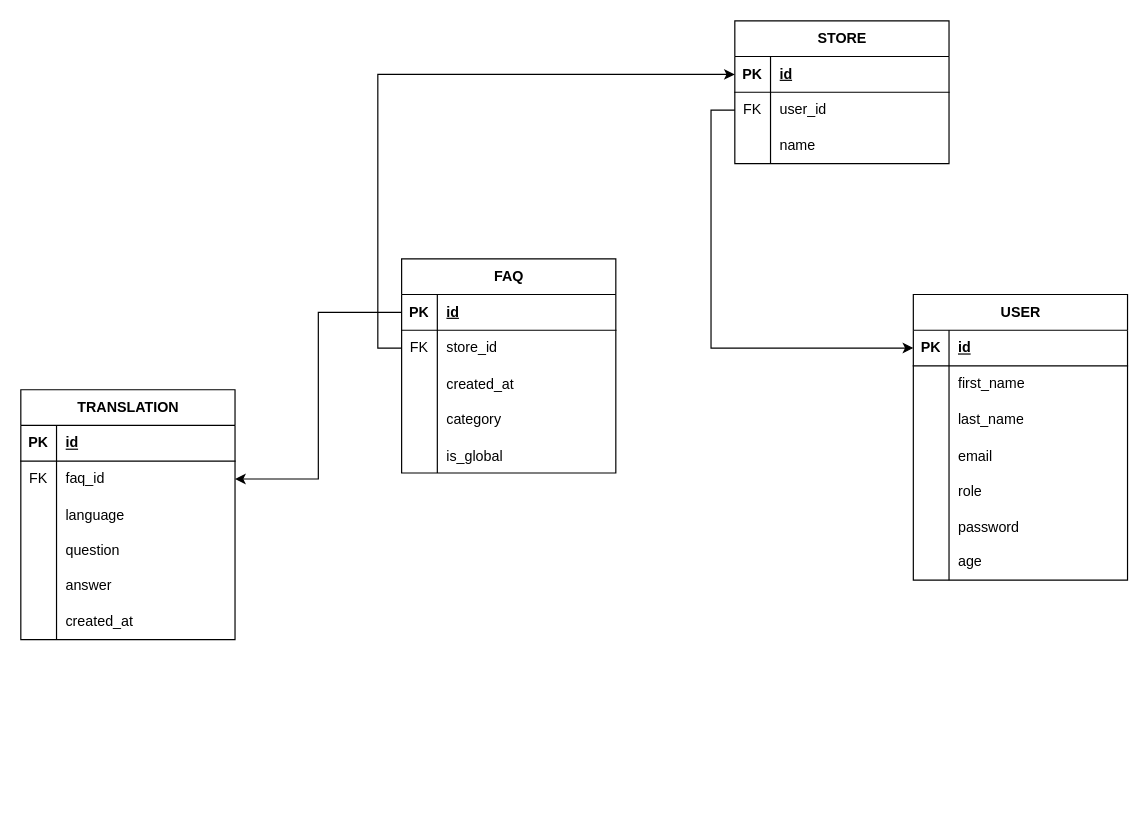
Before: db_erd/schema.drawio in ZiadMostafaGit/yamm_project, a draw.io diagram. Source tidied: cells renumbered, new cells numbered last; positions are measured from the earlier drawing's top-left corner, leaving out a move shared by most shapes. Both pictures are drawn from the tidied source at 119%, with x=0, y=0 at pixel (20, 20).
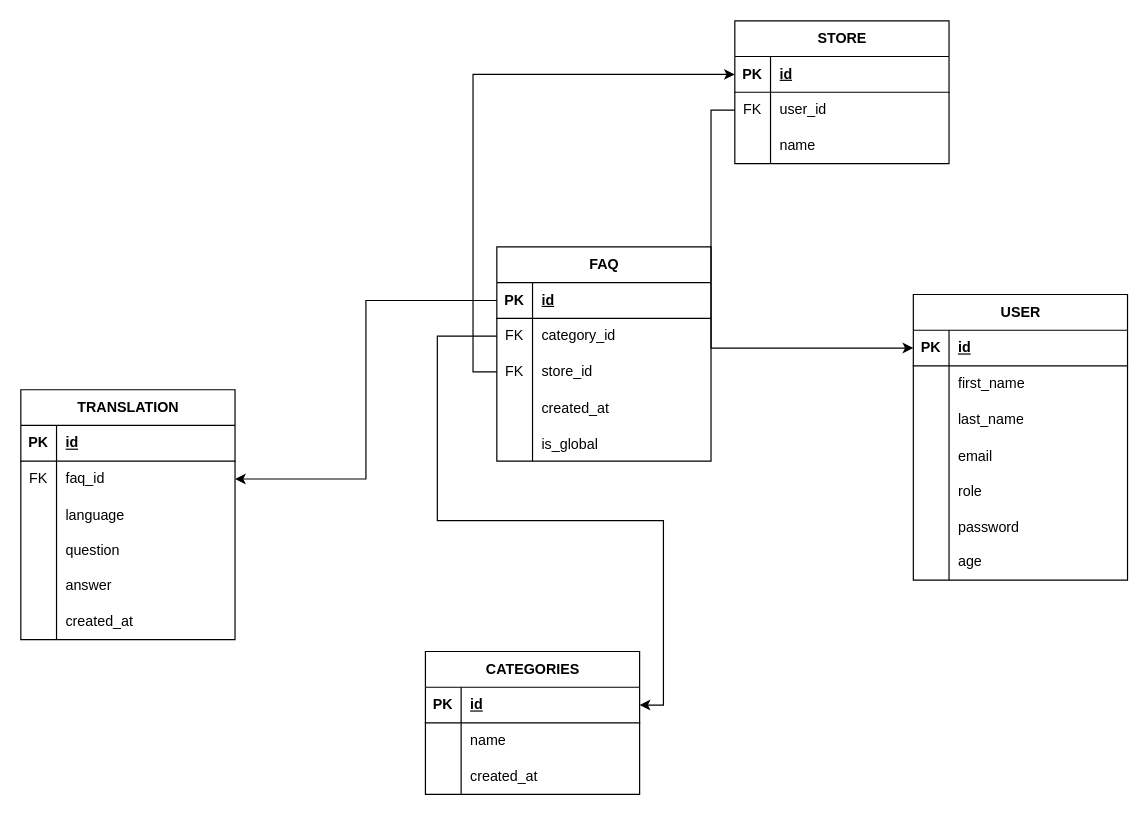
After the change.

Change to the diagram source:
```diff
@@
     <mxCell id="34" value="FAQ" style="shape=table;startSize=30;childLayout=tableLayout;rowLines=0;fontStyle=1;align=center;html=1;" parent="1" vertex="1">
-      <mxGeometry x="320" y="200" width="180" height="180" as="geometry" />
+      <mxGeometry x="400" y="190" width="180" height="180" as="geometry" />
     </mxCell>
@@
+    <mxCell id="72" style="shape=tableRow;horizontal=0;startSize=0;swimlaneHead=0;swimlaneBody=0;fillColor=none;points=[[0,0.5],[1,0.5]];portConstraint=eastwest;top=0;left=0;right=0;bottom=0;" parent="34" vertex="1">
+      <mxGeometry y="60" width="180" height="30" as="geometry" />
+    </mxCell>
+    <mxCell id="73" value="FK" style="shape=partialRectangle;fillColor=none;top=0;left=0;bottom=0;right=0;fontStyle=0;overflow=hidden;whiteSpace=wrap;html=1;" parent="72" vertex="1">
+      <mxGeometry width="30" height="30" as="geometry" />
+    </mxCell>
+    <mxCell id="74" value="category_id" style="shape=partialRectangle;fillColor=none;top=0;left=0;bottom=0;right=0;align=left;spacingLeft=6;fontStyle=0;overflow=hidden;whiteSpace=wrap;html=1;" parent="72" vertex="1">
+      <mxGeometry x="30" width="150" height="30" as="geometry" />
+    </mxCell>
     <mxCell id="38" style="shape=tableRow;horizontal=0;startSize=0;swimlaneHead=0;swimlaneBody=0;fillColor=none;points=[[0,0.5],[1,0.5]];portConstraint=eastwest;top=0;left=0;right=0;bottom=0;" parent="34" vertex="1">
-      <mxGeometry y="60" width="180" height="30" as="geometry" />
+      <mxGeometry y="90" width="180" height="30" as="geometry" />
     </mxCell>
@@
     <mxCell id="41" style="shape=tableRow;horizontal=0;startSize=0;swimlaneHead=0;swimlaneBody=0;fillColor=none;top=0;left=0;right=0;bottom=0;" parent="34" vertex="1">
-      <mxGeometry y="90" width="180" height="30" as="geometry" />
+      <mxGeometry y="120" width="180" height="30" as="geometry" />
     </mxCell>
@@
-    <mxCell id="44" style="shape=tableRow;horizontal=0;startSize=0;swimlaneHead=0;swimlaneBody=0;fillColor=none;top=0;left=0;right=0;bottom=0;" parent="34" vertex="1">
-      <mxGeometry y="120" width="180" height="30" as="geometry" />
-    </mxCell>
-    <mxCell id="45" style="shape=partialRectangle;fillColor=none;top=0;left=0;bottom=0;right=0;overflow=hidden;whiteSpace=wrap;html=1;" parent="44" vertex="1">
-      <mxGeometry width="30" height="30" as="geometry" />
-    </mxCell>
-    <mxCell id="46" value="category" style="shape=partialRectangle;fillColor=none;top=0;left=0;bottom=0;right=0;align=left;spacingLeft=6;overflow=hidden;whiteSpace=wrap;html=1;" parent="44" vertex="1">
-      <mxGeometry x="30" width="150" height="30" as="geometry" />
-    </mxCell>
@@
+    <mxCell id="75" value="CATEGORIES" style="shape=table;startSize=30;childLayout=tableLayout;rowLines=0;fontStyle=1;align=center;html=1;" parent="1" vertex="1">
+      <mxGeometry x="340" y="530" width="180" height="120" as="geometry" />
+    </mxCell>
+    <mxCell id="76" style="shape=tableRow;horizontal=0;startSize=0;swimlaneHead=0;swimlaneBody=0;fillColor=none;points=[[0,0.5],[1,0.5]];portConstraint=eastwest;top=0;left=0;right=0;bottom=1;" parent="75" vertex="1">
+      <mxGeometry y="30" width="180" height="30" as="geometry" />
+    </mxCell>
+    <mxCell id="77" value="PK" style="shape=partialRectangle;fillColor=none;top=0;left=0;bottom=0;right=0;fontStyle=1;overflow=hidden;whiteSpace=wrap;html=1;" parent="76" vertex="1">
+      <mxGeometry width="30" height="30" as="geometry" />
+    </mxCell>
+    <mxCell id="78" value="id" style="shape=partialRectangle;fillColor=none;top=0;left=0;bottom=0;right=0;align=left;spacingLeft=6;fontStyle=5;overflow=hidden;whiteSpace=wrap;html=1;" parent="76" vertex="1">
+      <mxGeometry x="30" width="150" height="30" as="geometry" />
+    </mxCell>
+    <mxCell id="79" style="shape=tableRow;horizontal=0;startSize=0;swimlaneHead=0;swimlaneBody=0;fillColor=none;top=0;left=0;right=0;bottom=0;" parent="75" vertex="1">
+      <mxGeometry y="60" width="180" height="30" as="geometry" />
+    </mxCell>
+    <mxCell id="80" style="shape=partialRectangle;fillColor=none;top=0;left=0;bottom=0;right=0;overflow=hidden;whiteSpace=wrap;html=1;" parent="79" vertex="1">
+      <mxGeometry width="30" height="30" as="geometry" />
+    </mxCell>
+    <mxCell id="81" value="name" style="shape=partialRectangle;fillColor=none;top=0;left=0;bottom=0;right=0;align=left;spacingLeft=6;overflow=hidden;whiteSpace=wrap;html=1;" parent="79" vertex="1">
+      <mxGeometry x="30" width="150" height="30" as="geometry" />
+    </mxCell>
+    <mxCell id="82" style="shape=tableRow;horizontal=0;startSize=0;swimlaneHead=0;swimlaneBody=0;fillColor=none;top=0;left=0;right=0;bottom=0;" parent="75" vertex="1">
+      <mxGeometry y="90" width="180" height="30" as="geometry" />
+    </mxCell>
+    <mxCell id="83" style="shape=partialRectangle;fillColor=none;top=0;left=0;bottom=0;right=0;overflow=hidden;whiteSpace=wrap;html=1;" parent="82" vertex="1">
+      <mxGeometry width="30" height="30" as="geometry" />
+    </mxCell>
+    <mxCell id="84" value="created_at" style="shape=partialRectangle;fillColor=none;top=0;left=0;bottom=0;right=0;align=left;spacingLeft=6;overflow=hidden;whiteSpace=wrap;html=1;" parent="82" vertex="1">
+      <mxGeometry x="30" width="150" height="30" as="geometry" />
+    </mxCell>
+    <mxCell id="85" style="edgeStyle=orthogonalEdgeStyle;rounded=0;jettySize=auto;html=1;exitX=0;exitY=0.5;exitDx=0;exitDy=0;" parent="1" edge="1" source="72" target="76">
+      <mxGeometry relative="1" as="geometry">
+        <Array as="points">
+          <mxPoint x="350" y="265" />
+          <mxPoint x="350" y="420" />
+          <mxPoint x="540" y="420" />
+          <mxPoint x="540" y="575" />
+        </Array>
+      </mxGeometry>
+    </mxCell>
```
